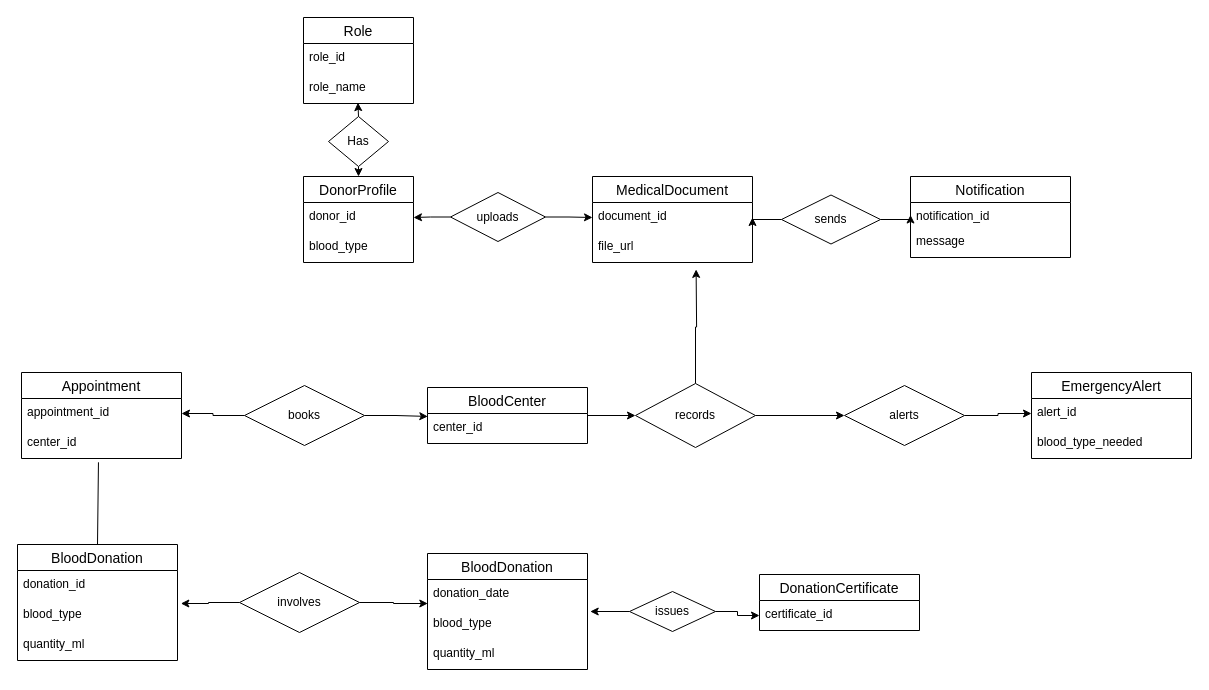
Before: Παραδοτέο 1/Domain-model-v0.1/diagramma_ontothtwn_tl.drawio in ceid-texnlog-2026/project, a draw.io diagram. Source tidied: cells renumbered, new cells numbered last; positions are measured from the earlier drawing's top-left corner, leaving out a move shared by most shapes. Both pictures are drawn from the tidied source at 100%, with x=0, y=0 at pixel (17, 17).
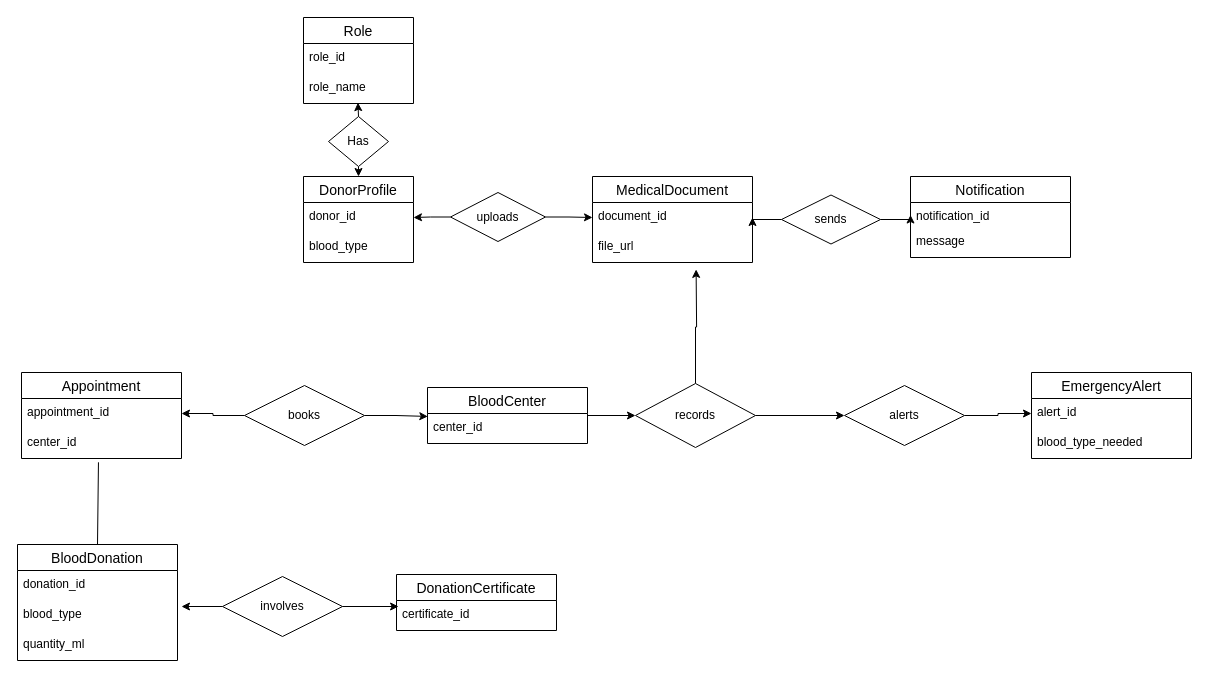
The same page after the edit.

Unchanged cells that the change refers to:
```xml
<mxCell id="31" value="certificate_id" style="text;strokeColor=none;fillColor=none;spacingLeft=4;spacingRight=4;overflow=hidden;points=[[0,0.5],[1,0.5]];portConstraint=eastwest;fontSize=12;whiteSpace=wrap;html=1;" parent="30" vertex="1">
  <mxGeometry y="26" width="160" height="30" as="geometry" />
</mxCell>
<mxCell id="34" value="blood_type" style="text;strokeColor=none;fillColor=none;spacingLeft=4;spacingRight=4;overflow=hidden;points=[[0,0.5],[1,0.5]];portConstraint=eastwest;fontSize=12;whiteSpace=wrap;html=1;" parent="32" vertex="1">
  <mxGeometry y="56" width="160" height="30" as="geometry" />
</mxCell>
```

Change to the diagram source:
```diff
@@
-    <mxCell id="26" value="BloodDonation" style="swimlane;fontStyle=0;horizontal=1;startSize=26;align=center;fontSize=14;" parent="1" vertex="1">
-      <mxGeometry x="410" y="536" width="160" height="116" as="geometry" />
-    </mxCell>
-    <mxCell id="27" value="donation_date" style="text;strokeColor=none;fillColor=none;spacingLeft=4;spacingRight=4;overflow=hidden;points=[[0,0.5],[1,0.5]];portConstraint=eastwest;fontSize=12;whiteSpace=wrap;html=1;" parent="26" vertex="1">
-      <mxGeometry y="26" width="160" height="30" as="geometry" />
-    </mxCell>
-    <mxCell id="28" value="blood_type" style="text;strokeColor=none;fillColor=none;spacingLeft=4;spacingRight=4;overflow=hidden;points=[[0,0.5],[1,0.5]];portConstraint=eastwest;fontSize=12;whiteSpace=wrap;html=1;" parent="26" vertex="1">
-      <mxGeometry y="56" width="160" height="30" as="geometry" />
-    </mxCell>
-    <mxCell id="29" value="quantity_ml" style="text;strokeColor=none;fillColor=none;spacingLeft=4;spacingRight=4;overflow=hidden;fontSize=12;whiteSpace=wrap;html=1;" parent="26" vertex="1">
-      <mxGeometry y="86" width="160" height="30" as="geometry" />
-    </mxCell>
     <mxCell id="30" value="DonationCertificate" style="swimlane;fontStyle=0;horizontal=1;startSize=26;align=center;fontSize=14;" parent="1" vertex="1">
-      <mxGeometry x="742" y="557" width="160" height="56" as="geometry" />
+      <mxGeometry x="379" y="557" width="160" height="56" as="geometry" />
     </mxCell>
@@
-    <mxCell id="46" value="involves" style="shape=rhombus;perimeter=rhombusPerimeter;whiteSpace=wrap;html=1;align=center;" parent="1" vertex="1">
-      <mxGeometry x="222" y="555" width="120" height="60" as="geometry" />
-    </mxCell>
-    <mxCell id="47" style="edgeStyle=orthogonalEdgeStyle;rounded=0;jettySize=auto;html=1;exitX=0;exitY=0.5;exitDx=0;exitDy=0;entryX=1.021;entryY=0.1;entryDx=0;entryDy=0;entryPerimeter=0;" parent="1" edge="1" source="46" target="34">
-      <mxGeometry relative="1" as="geometry" />
-    </mxCell>
-    <mxCell id="48" style="edgeStyle=orthogonalEdgeStyle;rounded=0;jettySize=auto;html=1;exitX=1;exitY=0.5;exitDx=0;exitDy=0;entryX=0.002;entryY=0.8;entryDx=0;entryDy=0;entryPerimeter=0;" parent="1" edge="1" source="46" target="27">
-      <mxGeometry relative="1" as="geometry" />
-    </mxCell>
@@
-    <mxCell id="54" style="edgeStyle=orthogonalEdgeStyle;rounded=0;jettySize=auto;html=1;exitX=1;exitY=0.5;exitDx=0;exitDy=0;entryX=0;entryY=0.5;entryDx=0;entryDy=0;" parent="1" edge="1" source="55" target="31">
-      <mxGeometry relative="1" as="geometry" />
-    </mxCell>
-    <mxCell id="55" value="issues" style="shape=rhombus;perimeter=rhombusPerimeter;whiteSpace=wrap;html=1;align=center;" parent="1" vertex="1">
-      <mxGeometry x="612" y="574" width="86" height="40" as="geometry" />
-    </mxCell>
-    <mxCell id="56" style="edgeStyle=orthogonalEdgeStyle;rounded=0;jettySize=auto;html=1;exitX=0;exitY=0.5;exitDx=0;exitDy=0;entryX=1.017;entryY=0.075;entryDx=0;entryDy=0;entryPerimeter=0;" parent="1" edge="1" source="55" target="28">
-      <mxGeometry relative="1" as="geometry" />
-    </mxCell>
+    <mxCell id="46" value="involves" style="shape=rhombus;perimeter=rhombusPerimeter;whiteSpace=wrap;html=1;align=center;" parent="1" vertex="1">
+      <mxGeometry x="205" y="559" width="120" height="60" as="geometry" />
+    </mxCell>
+    <mxCell id="57" style="edgeStyle=orthogonalEdgeStyle;rounded=0;jettySize=auto;html=1;exitX=1;exitY=0.5;exitDx=0;exitDy=0;entryX=0.013;entryY=0.2;entryDx=0;entryDy=0;entryPerimeter=0;" parent="1" edge="1" source="46" target="31">
+      <mxGeometry relative="1" as="geometry" />
+    </mxCell>
+    <mxCell id="47" style="edgeStyle=orthogonalEdgeStyle;rounded=0;jettySize=auto;html=1;exitX=0;exitY=0.5;exitDx=0;exitDy=0;entryX=1.025;entryY=0.2;entryDx=0;entryDy=0;entryPerimeter=0;" parent="1" edge="1" source="46" target="34">
+      <mxGeometry relative="1" as="geometry" />
+    </mxCell>
```
